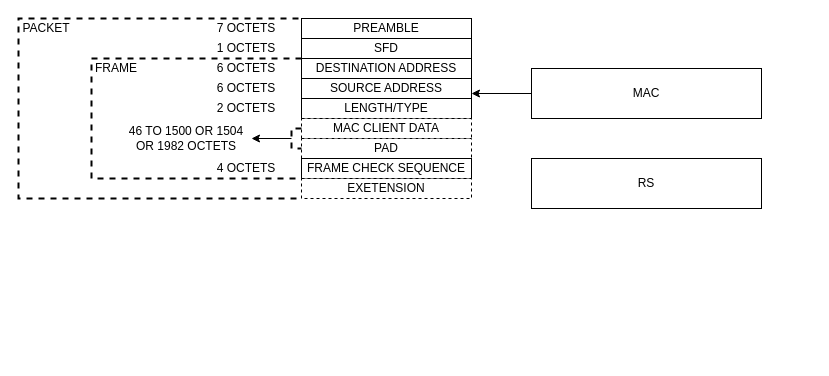
butterfly-seven/ferry_uvm keeps this draw.io diagram as Untitled Diagram.drawio. Above is the earlier version. Source tidied: cells renumbered, new cells numbered last; positions are measured from the earlier drawing's top-left corner, leaving out a move shared by most shapes. Both pictures are drawn from the tidied source at 100%, with x=0, y=0 at pixel (18, 18).
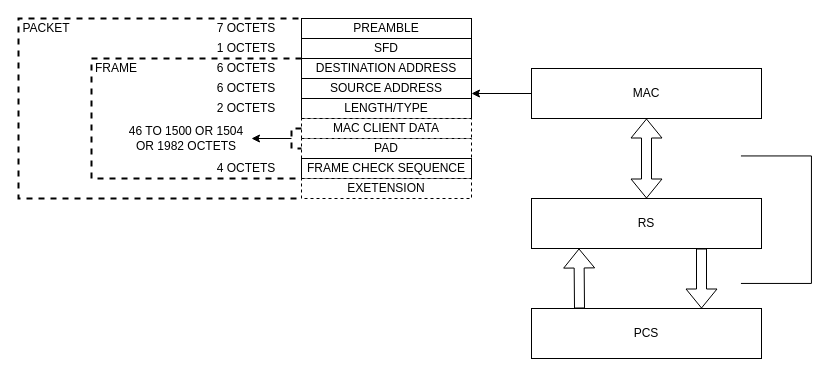
The same page after the edit.

Unchanged cells that the change refers to:
```xml
<mxCell id="2" value="MAC" style="rounded=0;whiteSpace=wrap;html=1;" parent="1" vertex="1">
  <mxGeometry x="513" y="50" width="230" height="50" as="geometry" />
</mxCell>
```

The edit, as a diff of the source:
```diff
@@
-    <mxCell id="3" value="RS" style="rounded=0;whiteSpace=wrap;html=1;" parent="1" vertex="1">
-      <mxGeometry x="513" y="140" width="230" height="50" as="geometry" />
+    <mxCell id="3" value="RS" style="rounded=0;whiteSpace=wrap;html=1;align=center;" parent="1" vertex="1">
+      <mxGeometry x="513" y="180" width="230" height="50" as="geometry" />
     </mxCell>
@@
+    <mxCell id="27" style="shape=flexArrow;endArrow=classic;startArrow=classic;html=1;exitX=0.5;exitY=0;exitDx=0;exitDy=0;entryX=0.5;entryY=1;entryDx=0;entryDy=0;" parent="1" edge="1" source="3" target="2">
+      <mxGeometry relative="1" as="geometry" />
+    </mxCell>
+    <mxCell id="28" style="shape=flexArrow;endArrow=classic;html=1;" parent="1" edge="1">
+      <mxGeometry relative="1" as="geometry">
+        <mxPoint x="683" y="230" as="sourcePoint" />
+        <mxPoint x="683" y="290" as="targetPoint" />
+      </mxGeometry>
+    </mxCell>
+    <mxCell id="29" style="shape=flexArrow;endArrow=classic;html=1;entryX=0.25;entryY=1;entryDx=0;entryDy=0;" parent="1" edge="1">
+      <mxGeometry relative="1" as="geometry">
+        <mxPoint x="561" y="290" as="sourcePoint" />
+        <mxPoint x="560.5" y="230" as="targetPoint" />
+      </mxGeometry>
+    </mxCell>
+    <mxCell id="30" value="PCS" style="rounded=0;whiteSpace=wrap;html=1;align=center;" parent="1" vertex="1">
+      <mxGeometry x="513" y="290" width="230" height="50" as="geometry" />
+    </mxCell>
+    <mxCell id="31" style="shape=partialRectangle;whiteSpace=wrap;html=1;bottom=1;right=1;left=1;top=0;fillColor=none;routingCenterX=-0.5;rotation=-90;" parent="1" vertex="1">
+      <mxGeometry x="694.2" y="166.2" width="127.5" height="70" as="geometry" />
+    </mxCell>
```
